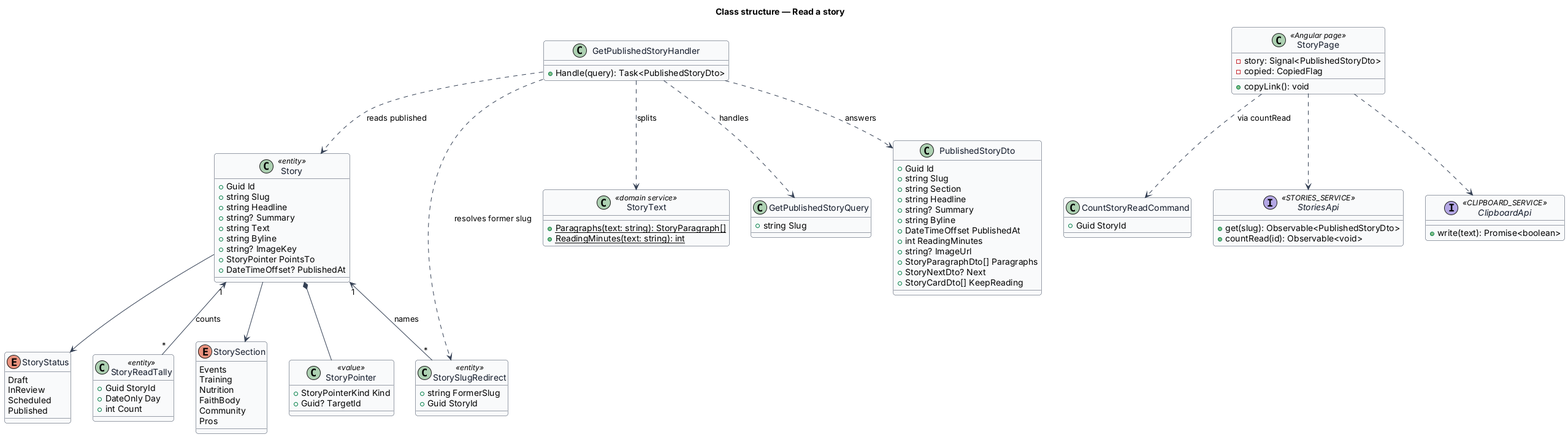
Above: docs/detailed-designs/news/read-story/diagrams/class.png in QuinntyneBrown/christian-fitness (PlantUML), before the change. Source of this version:
```plantuml
@startuml
skinparam backgroundColor #FFFFFF
skinparam shadowing false
skinparam roundcorner 8
skinparam defaultFontName Arial
skinparam ArrowColor #344054
skinparam class {
  BorderColor #344054
  FontColor #101828
  BackgroundColor #F9FAFB
}
title Class structure — Read a story

enum StoryStatus {
  Draft
  InReview
  Scheduled
  Published
}
enum StorySection {
  Events
  Training
  Nutrition
  FaithBody
  Community
  Pros
}
class Story <<entity>> {
  +Guid Id
  +string Slug
  +string Headline
  +string? Summary
  +string Text
  +string Byline
  +string? ImageKey
  +StoryPointer PointsTo
  +DateTimeOffset? PublishedAt
}
class StoryPointer <<value>> {
  +StoryPointerKind Kind
  +Guid? TargetId
}
class StorySlugRedirect <<entity>> {
  +string FormerSlug
  +Guid StoryId
}
class StoryReadTally <<entity>> {
  +Guid StoryId
  +DateOnly Day
  +int Count
}
class StoryText <<domain service>> {
  +{static} Paragraphs(text: string): StoryParagraph[]
  +{static} ReadingMinutes(text: string): int
}
class GetPublishedStoryQuery {
  +string Slug
}
class GetPublishedStoryHandler {
  +Handle(query): Task<PublishedStoryDto>
}
class PublishedStoryDto {
  +Guid Id
  +string Slug
  +string Section
  +string Headline
  +string? Summary
  +string Byline
  +DateTimeOffset PublishedAt
  +int ReadingMinutes
  +string? ImageUrl
  +StoryParagraphDto[] Paragraphs
  +StoryNextDto? Next
  +StoryCardDto[] KeepReading
}
class CountStoryReadCommand {
  +Guid StoryId
}
class StoryPage <<Angular page>> {
  -story: Signal<PublishedStoryDto>
  -copied: CopiedFlag
  +copyLink(): void
}
interface StoriesApi <<STORIES_SERVICE>> {
  +get(slug): Observable<PublishedStoryDto>
  +countRead(id): Observable<void>
}
interface ClipboardApi <<CLIPBOARD_SERVICE>> {
  +write(text): Promise<boolean>
}
Story --> StoryStatus
Story --> StorySection
Story *-- StoryPointer
Story "1" <-- "*" StorySlugRedirect : names
Story "1" <-- "*" StoryReadTally : counts
GetPublishedStoryHandler ..> GetPublishedStoryQuery : handles
GetPublishedStoryHandler ..> Story : reads published
GetPublishedStoryHandler ..> StorySlugRedirect : resolves former slug
GetPublishedStoryHandler ..> StoryText : splits
GetPublishedStoryHandler ..> PublishedStoryDto : answers
StoryPage ..> StoriesApi
StoryPage ..> ClipboardApi
StoryPage ..> CountStoryReadCommand : via countRead
@enduml
```
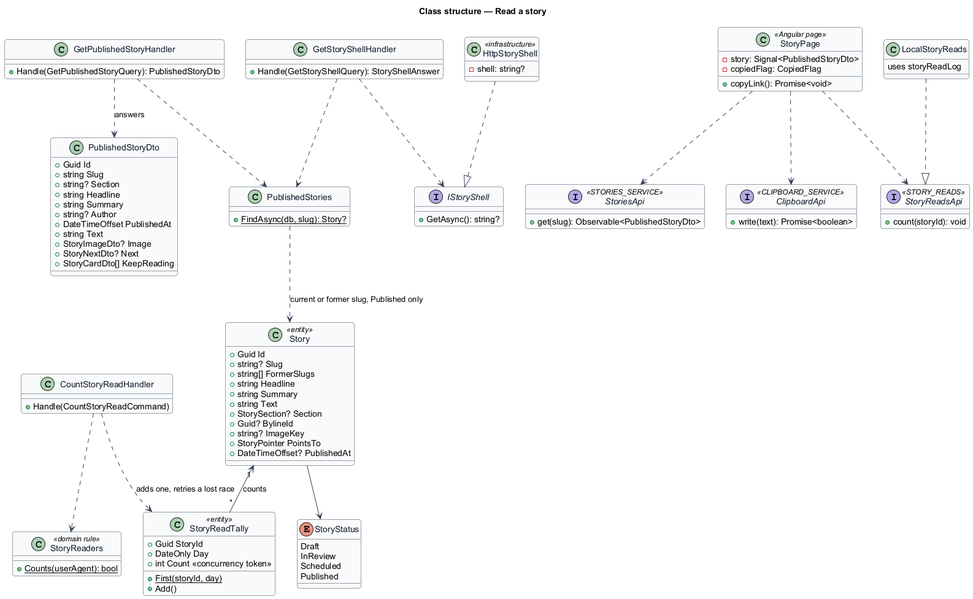
Later version of the same file.

Commit message:
Journey 24: the read-story design and diagrams match what was built

Change to the diagram source:
```diff
@@ -17,88 +17,89 @@
   Scheduled
   Published
 }
-enum StorySection {
-  Events
-  Training
-  Nutrition
-  FaithBody
-  Community
-  Pros
-}
 class Story <<entity>> {
   +Guid Id
-  +string Slug
+  +string? Slug
+  +string[] FormerSlugs
   +string Headline
-  +string? Summary
+  +string Summary
   +string Text
-  +string Byline
+  +StorySection? Section
+  +Guid? BylineId
   +string? ImageKey
   +StoryPointer PointsTo
   +DateTimeOffset? PublishedAt
 }
-class StoryPointer <<value>> {
-  +StoryPointerKind Kind
-  +Guid? TargetId
-}
-class StorySlugRedirect <<entity>> {
-  +string FormerSlug
-  +Guid StoryId
-}
 class StoryReadTally <<entity>> {
   +Guid StoryId
   +DateOnly Day
-  +int Count
+  +int Count <<concurrency token>>
+  +{static} First(storyId, day)
+  +Add()
 }
-class StoryText <<domain service>> {
-  +{static} Paragraphs(text: string): StoryParagraph[]
-  +{static} ReadingMinutes(text: string): int
+class StoryReaders <<domain rule>> {
+  +{static} Counts(userAgent): bool
 }
-class GetPublishedStoryQuery {
-  +string Slug
+class PublishedStories {
+  +{static} FindAsync(db, slug): Story?
 }
 class GetPublishedStoryHandler {
-  +Handle(query): Task<PublishedStoryDto>
+  +Handle(GetPublishedStoryQuery): PublishedStoryDto
 }
 class PublishedStoryDto {
   +Guid Id
   +string Slug
-  +string Section
+  +string? Section
   +string Headline
-  +string? Summary
-  +string Byline
+  +string Summary
+  +string? Author
   +DateTimeOffset PublishedAt
-  +int ReadingMinutes
-  +string? ImageUrl
-  +StoryParagraphDto[] Paragraphs
+  +string Text
+  +StoryImageDto? Image
   +StoryNextDto? Next
   +StoryCardDto[] KeepReading
 }
-class CountStoryReadCommand {
-  +Guid StoryId
+class GetStoryShellHandler {
+  +Handle(GetStoryShellQuery): StoryShellAnswer
+}
+interface IStoryShell {
+  +GetAsync(): string?
+}
+class HttpStoryShell <<infrastructure>> {
+  -shell: string?
+}
+class CountStoryReadHandler {
+  +Handle(CountStoryReadCommand)
 }
 class StoryPage <<Angular page>> {
   -story: Signal<PublishedStoryDto>
-  -copied: CopiedFlag
-  +copyLink(): void
+  -copiedFlag: CopiedFlag
+  +copyLink(): Promise<void>
 }
 interface StoriesApi <<STORIES_SERVICE>> {
   +get(slug): Observable<PublishedStoryDto>
-  +countRead(id): Observable<void>
 }
 interface ClipboardApi <<CLIPBOARD_SERVICE>> {
   +write(text): Promise<boolean>
 }
+interface StoryReadsApi <<STORY_READS>> {
+  +count(storyId): void
+}
+class LocalStoryReads {
+  uses storyReadLog
+}
 Story --> StoryStatus
-Story --> StorySection
-Story *-- StoryPointer
-Story "1" <-- "*" StorySlugRedirect : names
 Story "1" <-- "*" StoryReadTally : counts
-GetPublishedStoryHandler ..> GetPublishedStoryQuery : handles
-GetPublishedStoryHandler ..> Story : reads published
-GetPublishedStoryHandler ..> StorySlugRedirect : resolves former slug
-GetPublishedStoryHandler ..> StoryText : splits
+PublishedStories ..> Story : current or former slug, Published only
+GetPublishedStoryHandler ..> PublishedStories
 GetPublishedStoryHandler ..> PublishedStoryDto : answers
+GetStoryShellHandler ..> PublishedStories
+GetStoryShellHandler ..> IStoryShell
+HttpStoryShell ..|> IStoryShell
+CountStoryReadHandler ..> StoryReaders
+CountStoryReadHandler ..> StoryReadTally : adds one, retries a lost race
 StoryPage ..> StoriesApi
 StoryPage ..> ClipboardApi
-StoryPage ..> CountStoryReadCommand : via countRead
+StoryPage ..> StoryReadsApi
+LocalStoryReads ..|> StoryReadsApi
 @enduml
```
